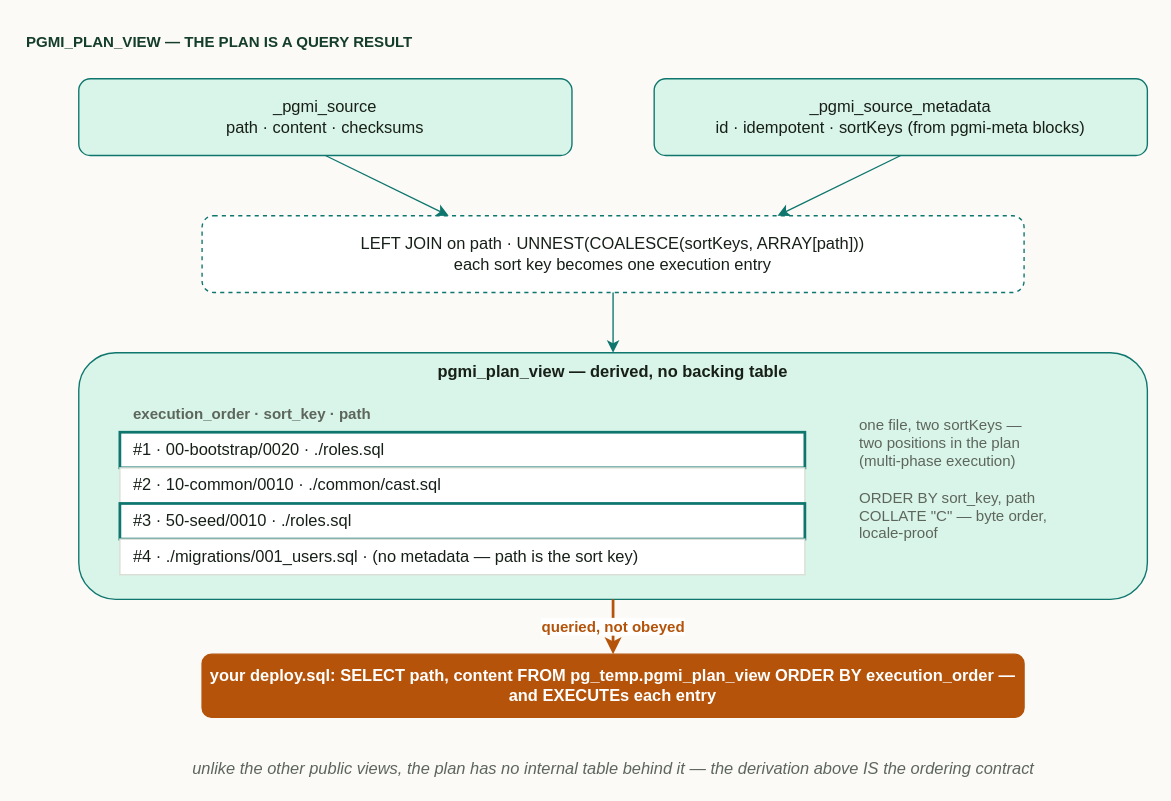
The draw.io diagram docs/diagrams/d06-plan-ordering.drawio in vvka-141/pgmi, before the edit. Source tidied: cells renumbered, new cells numbered last; positions are measured from the earlier drawing's top-left corner, leaving out a move shared by most shapes. Both pictures are drawn from the tidied source at 137%, with x=0, y=0 at pixel (23, 23). Pictures stored in the file or linked from it are replaced by grey dashed boxes.
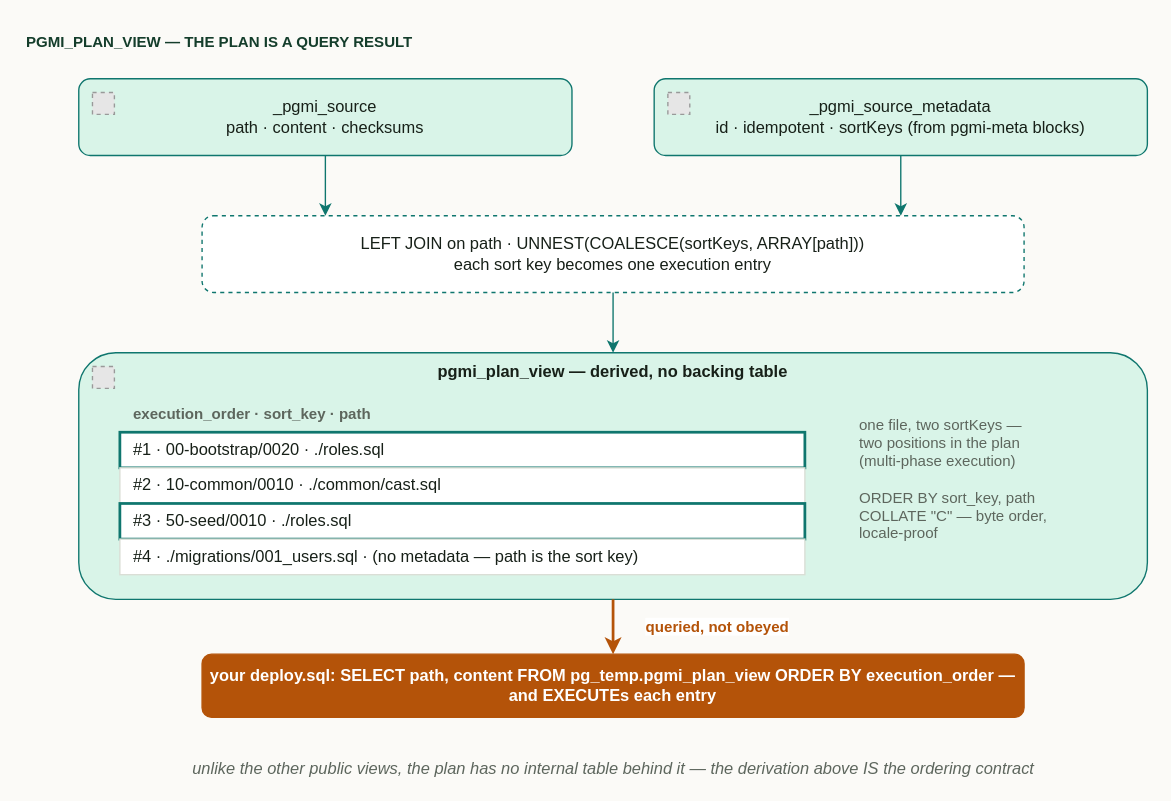
The same page after the edit.

Unchanged cells that the change refers to:
```xml
<mxCell id="3" value="_pgmi_source&#10;path · content · checksums" style="rounded=1;whiteSpace=wrap;html=1;fillColor=#d9f4e8;strokeColor=#0f766e;fontColor=#172018;fontSize=12;" parent="1" vertex="1">
  <mxGeometry x="40" y="40" width="360" height="56" as="geometry" />
</mxCell>
<mxCell id="4" value="_pgmi_source_metadata&#10;id · idempotent · sortKeys (from pgmi-meta blocks)" style="rounded=1;whiteSpace=wrap;html=1;fillColor=#d9f4e8;strokeColor=#0f766e;fontColor=#172018;fontSize=12;" parent="1" vertex="1">
  <mxGeometry x="460" y="40" width="360" height="56" as="geometry" />
</mxCell>
<mxCell id="5" value="LEFT JOIN on path · UNNEST(COALESCE(sortKeys, ARRAY[path]))&#10;each sort key becomes one execution entry" style="rounded=1;whiteSpace=wrap;html=1;fillColor=#ffffff;strokeColor=#0f766e;dashed=1;fontColor=#172018;fontSize=12;" parent="1" vertex="1">
  <mxGeometry x="130" y="140" width="600" height="56" as="geometry" />
</mxCell>
<mxCell id="6" value="pgmi_plan_view — derived, no backing table" style="rounded=1;whiteSpace=wrap;html=1;verticalAlign=top;fillColor=#d9f4e8;strokeColor=#0f766e;fontColor=#172018;fontStyle=1;fontSize=12;" parent="1" vertex="1">
  <mxGeometry x="40" y="240" width="780" height="180" as="geometry" />
</mxCell>
<mxCell id="13" value="your deploy.sql: SELECT path, content FROM pg_temp.pgmi_plan_view ORDER BY execution_order — and EXECUTEs each entry" style="rounded=1;whiteSpace=wrap;html=1;fillColor=#b45309;strokeColor=#b45309;fontColor=#ffffff;fontStyle=1;fontSize=12;" parent="1" vertex="1">
  <mxGeometry x="130" y="460" width="600" height="46" as="geometry" />
</mxCell>
```

The edit, as a diff of the source:
```diff
@@
+    <mxCell id="19" style="fillColor=#E6E6E6;strokeColor=#999999;dashed=1;html=1;" parent="1" vertex="1">
+      <mxGeometry x="50" y="50" width="16" height="16" as="geometry" />
+    </mxCell>
@@
+    <mxCell id="20" style="fillColor=#E6E6E6;strokeColor=#999999;dashed=1;html=1;" parent="1" vertex="1">
+      <mxGeometry x="470" y="50" width="16" height="16" as="geometry" />
+    </mxCell>
@@
+    <mxCell id="21" style="fillColor=#E6E6E6;strokeColor=#999999;dashed=1;html=1;" parent="1" vertex="1">
+      <mxGeometry x="50" y="250" width="16" height="16" as="geometry" />
+    </mxCell>
@@
-    <mxCell id="14" style="html=1;endArrow=classic;strokeColor=#0f766e;exitX=0.5;exitY=1;entryX=0.3;entryY=0;" parent="1" edge="1" source="3" target="5">
+    <mxCell id="14" style="edgeStyle=orthogonalEdgeStyle;rounded=1;html=1;endArrow=classic;strokeColor=#0f766e;exitX=0.5;exitY=1;entryX=0.15;entryY=0;" parent="1" edge="1" source="3" target="5">
       <mxGeometry relative="1" as="geometry" />
     </mxCell>
-    <mxCell id="15" style="html=1;endArrow=classic;strokeColor=#0f766e;exitX=0.5;exitY=1;entryX=0.7;entryY=0;" parent="1" edge="1" source="4" target="5">
+    <mxCell id="15" style="edgeStyle=orthogonalEdgeStyle;rounded=1;html=1;endArrow=classic;strokeColor=#0f766e;exitX=0.5;exitY=1;entryX=0.85;entryY=0;" parent="1" edge="1" source="4" target="5">
       <mxGeometry relative="1" as="geometry" />
     </mxCell>
-    <mxCell id="16" style="html=1;endArrow=classic;strokeColor=#0f766e;exitX=0.5;exitY=1;entryX=0.5;entryY=0;" parent="1" edge="1" source="5" target="6">
+    <mxCell id="16" style="edgeStyle=orthogonalEdgeStyle;rounded=1;html=1;endArrow=classic;strokeColor=#0f766e;exitX=0.5;exitY=1;entryX=0.5;entryY=0;" parent="1" edge="1" source="5" target="6">
       <mxGeometry relative="1" as="geometry" />
     </mxCell>
-    <mxCell id="17" value="queried, not obeyed" style="html=1;endArrow=classic;strokeColor=#b45309;strokeWidth=2;fontColor=#b45309;fontStyle=1;fontSize=11;exitX=0.5;exitY=1;entryX=0.5;entryY=0;" parent="1" edge="1" source="6" target="13">
-      <mxGeometry relative="1" as="geometry" />
+    <mxCell id="17" value="queried, not obeyed" style="edgeStyle=orthogonalEdgeStyle;rounded=1;html=1;endArrow=classic;strokeColor=#b45309;strokeWidth=2;fontColor=#b45309;fontStyle=1;fontSize=11;exitX=0.5;exitY=1;entryX=0.5;entryY=0;" parent="1" edge="1" source="6" target="13">
+      <mxGeometry relative="1" as="geometry">
+        <mxPoint x="76" as="offset" />
+      </mxGeometry>
     </mxCell>
```
